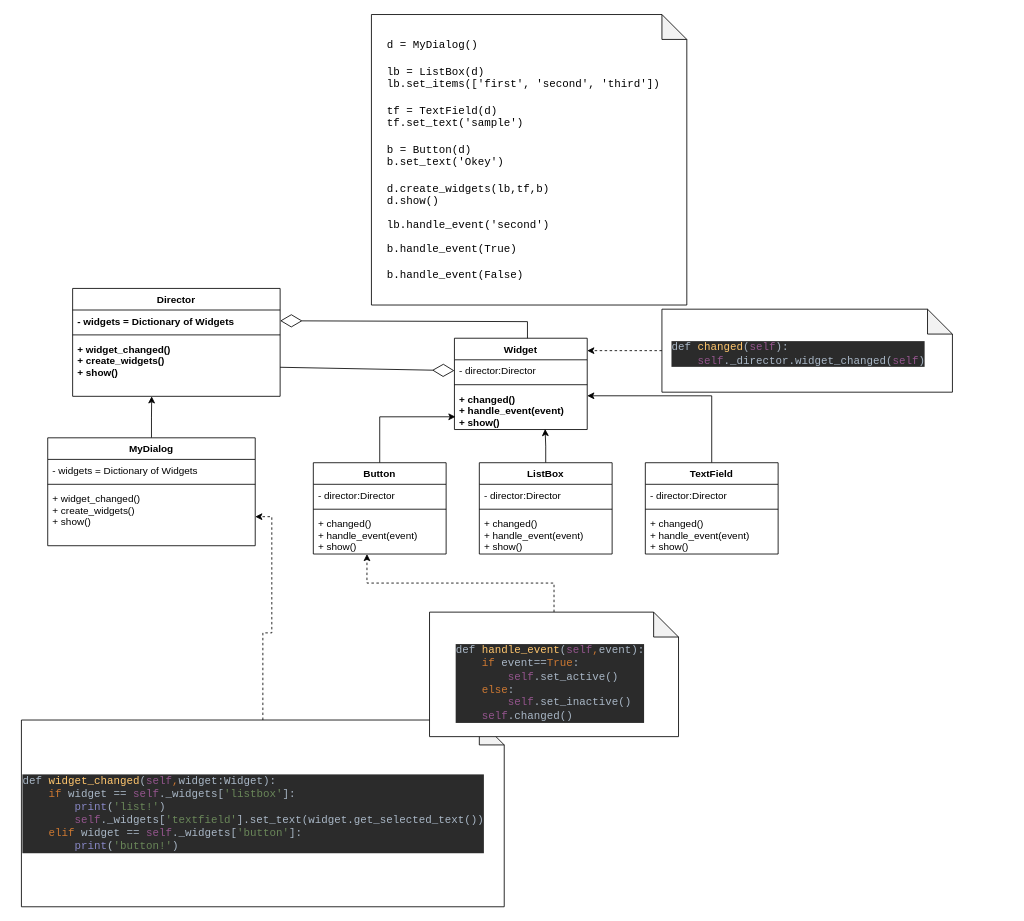
Before: img/mediator.drawio in ElenaShargina/patterns, a draw.io diagram. Source tidied: cells renumbered, new cells numbered last; positions are measured from the earlier drawing's top-left corner, leaving out a move shared by most shapes. Both pictures are drawn from the tidied source at 83%, with x=0, y=0 at pixel (14, 14).
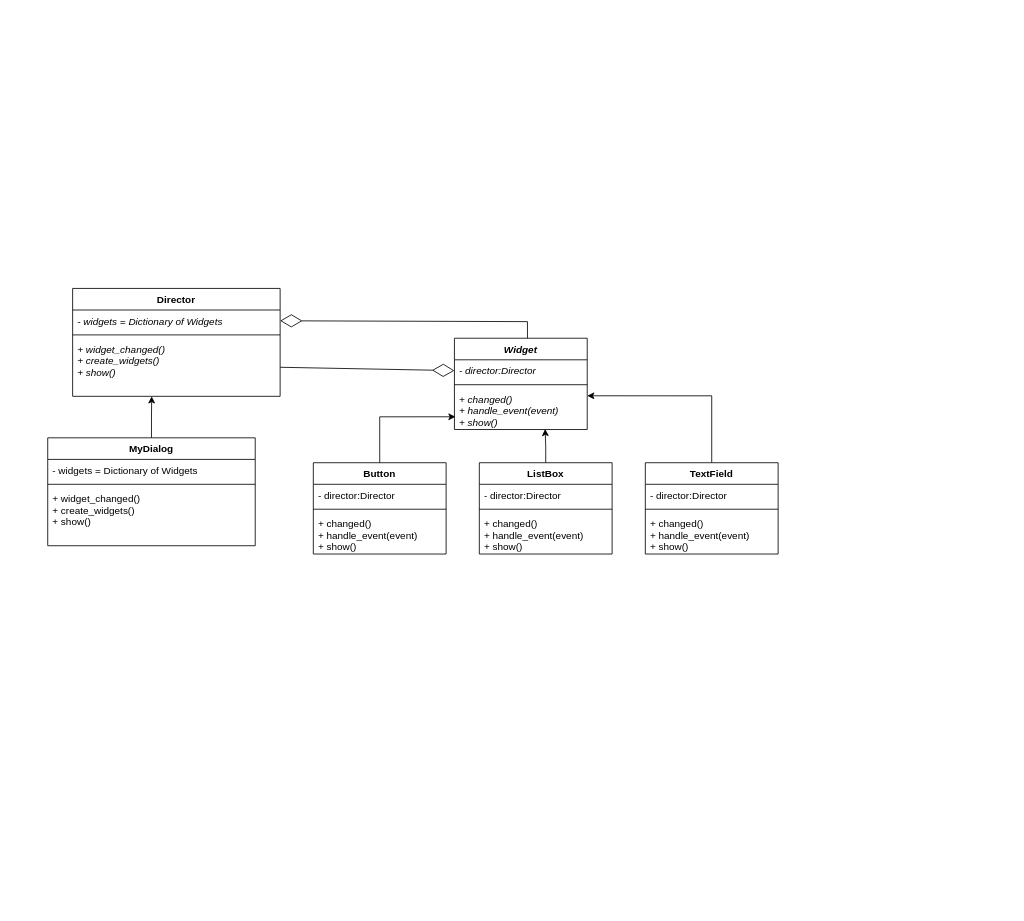
After the change.

The change refers to these unchanged cells:
```xml
<mxCell id="10" value="+ changed()&#10;+ handle_event(event)&#10;+ show()" style="text;strokeColor=none;fillColor=none;align=left;verticalAlign=top;spacingLeft=4;spacingRight=4;overflow=hidden;points=[[0,0.5],[1,0.5]];portConstraint=eastwest;" parent="7" vertex="1">
  <mxGeometry y="60" width="160" height="50" as="geometry" />
</mxCell>
<mxCell id="21" value="Director" style="swimlane;fontStyle=1;align=center;verticalAlign=top;horizontal=1;startSize=26;" parent="1" vertex="1">
  <mxGeometry x="70" y="330" width="250" height="130" as="geometry" />
</mxCell>
<mxCell id="29" value="+ widget_changed()&#10;+ create_widgets()&#10;+ show()&#10;" style="text;strokeColor=none;fillColor=none;align=left;verticalAlign=top;spacingLeft=4;spacingRight=4;overflow=hidden;points=[[0,0.5],[1,0.5]];portConstraint=eastwest;fontStyle=0;" parent="26" vertex="1">
  <mxGeometry y="60" width="250" height="70" as="geometry" />
</mxCell>
```

The edit, as a diff of the source:
```diff
@@
-    <mxCell id="2" value="Widget" style="swimlane;fontStyle=1;align=center;verticalAlign=top;horizontal=1;startSize=26;" parent="1" vertex="1">
+    <mxCell id="2" value="Widget" style="swimlane;fontStyle=3;align=center;verticalAlign=top;horizontal=1;startSize=26;" parent="1" vertex="1">
       <mxGeometry x="530" y="390" width="160" height="110" as="geometry" />
     </mxCell>
-    <mxCell id="3" value="- director:Director" style="text;strokeColor=none;fillColor=none;align=left;verticalAlign=top;spacingLeft=4;spacingRight=4;overflow=hidden;points=[[0,0.5],[1,0.5]];portConstraint=eastwest;" parent="2" vertex="1">
+    <mxCell id="3" value="- director:Director" style="text;strokeColor=none;fillColor=none;align=left;verticalAlign=top;spacingLeft=4;spacingRight=4;overflow=hidden;points=[[0,0.5],[1,0.5]];portConstraint=eastwest;fontStyle=2;" parent="2" vertex="1">
       <mxGeometry y="26" width="160" height="26" as="geometry" />
     </mxCell>
@@
-    <mxCell id="5" value="+ changed()&#10;+ handle_event(event)&#10;+ show()" style="text;strokeColor=none;fillColor=none;align=left;verticalAlign=top;spacingLeft=4;spacingRight=4;overflow=hidden;points=[[0,0.5],[1,0.5]];portConstraint=eastwest;fontStyle=1;" parent="2" vertex="1">
+    <mxCell id="5" value="+ changed()&#10;+ handle_event(event)&#10;+ show()" style="text;strokeColor=none;fillColor=none;align=left;verticalAlign=top;spacingLeft=4;spacingRight=4;overflow=hidden;points=[[0,0.5],[1,0.5]];portConstraint=eastwest;fontStyle=2;" parent="2" vertex="1">
       <mxGeometry y="60" width="160" height="50" as="geometry" />
     </mxCell>
@@
-    <mxCell id="22" value="- widgets = Dictionary of Widgets" style="text;strokeColor=none;fillColor=none;align=left;verticalAlign=top;spacingLeft=4;spacingRight=4;overflow=hidden;points=[[0,0.5],[1,0.5]];portConstraint=eastwest;fontStyle=1;" parent="21" vertex="1">
+    <mxCell id="22" value="- widgets = Dictionary of Widgets" style="text;strokeColor=none;fillColor=none;align=left;verticalAlign=top;spacingLeft=4;spacingRight=4;overflow=hidden;points=[[0,0.5],[1,0.5]];portConstraint=eastwest;fontStyle=2;" parent="21" vertex="1">
       <mxGeometry y="26" width="250" height="26" as="geometry" />
     </mxCell>
@@
-    <mxCell id="24" value="+ widget_changed()&#10;+ create_widgets()&#10;+ show()&#10;" style="text;strokeColor=none;fillColor=none;align=left;verticalAlign=top;spacingLeft=4;spacingRight=4;overflow=hidden;points=[[0,0.5],[1,0.5]];portConstraint=eastwest;fontStyle=1;" parent="21" vertex="1">
+    <mxCell id="24" value="+ widget_changed()&#10;+ create_widgets()&#10;+ show()&#10;" style="text;strokeColor=none;fillColor=none;align=left;verticalAlign=top;spacingLeft=4;spacingRight=4;overflow=hidden;points=[[0,0.5],[1,0.5]];portConstraint=eastwest;fontStyle=2;" parent="21" vertex="1">
       <mxGeometry y="60" width="250" height="70" as="geometry" />
     </mxCell>
@@
-    <mxCell id="30" style="group;labelBackgroundColor=#FFFFFF;" parent="1" vertex="1">
-      <mxGeometry x="430" y="70" width="380" height="280" as="geometry" />
-    </mxCell>
-    <mxCell id="31" style="shape=note;whiteSpace=wrap;html=1;backgroundOutline=1;darkOpacity=0.05;" parent="30" vertex="1">
-      <mxGeometry y="-70" width="380" height="350" as="geometry" />
-    </mxCell>
-    <mxCell id="32" value="&lt;pre style=&quot;font-family: &amp;quot;JetBrains Mono&amp;quot;, monospace; font-size: 9.8pt;&quot;&gt;&lt;font color=&quot;#000000&quot;&gt;d = MyDialog()&lt;br&gt;&lt;br&gt;lb = ListBox(d)&lt;br&gt;lb.set_items(['first', 'second', 'third'])&lt;br&gt;&lt;br&gt;tf = TextField(d)&lt;br&gt;tf.set_text('sample')&lt;br&gt;&lt;br&gt;b = Button(d)&lt;br&gt;b.set_text('Okey')&lt;br&gt;&lt;br&gt;d.create_widgets(lb,tf,b)&lt;br&gt;d.show()&lt;/font&gt;&lt;/pre&gt;&lt;pre style=&quot;font-family: &amp;quot;JetBrains Mono&amp;quot;, monospace; font-size: 9.8pt;&quot;&gt;&lt;font color=&quot;#000000&quot;&gt;lb.handle_event(&lt;span style=&quot;font-size: 9.8pt; white-space: normal;&quot;&gt;'second'&lt;/span&gt;&lt;span style=&quot;font-size: 9.8pt; white-space: normal;&quot;&gt;)&lt;/span&gt;&lt;/font&gt;&lt;/pre&gt;&lt;pre style=&quot;font-family: &amp;quot;JetBrains Mono&amp;quot;, monospace; font-size: 9.8pt;&quot;&gt;&lt;pre style=&quot;font-family: &amp;quot;JetBrains Mono&amp;quot;, monospace; font-size: 9.8pt;&quot;&gt;&lt;font color=&quot;#000000&quot;&gt;b.handle_event(True)&lt;br&gt;&lt;br&gt;b.handle_event(False)&lt;/font&gt;&lt;/pre&gt;&lt;/pre&gt;" style="text;html=1;strokeColor=none;fillColor=none;align=left;verticalAlign=middle;whiteSpace=wrap;rounded=0;fontColor=#fdfcfc;" parent="30" vertex="1">
-      <mxGeometry x="16.5" y="23" width="343.5" height="165.6" as="geometry" />
-    </mxCell>
@@
-    <mxCell id="35" style="edgeStyle=orthogonalEdgeStyle;rounded=0;jettySize=auto;html=1;entryX=0.404;entryY=1;entryDx=0;entryDy=0;entryPerimeter=0;fontColor=#000000;dashed=1;" parent="1" edge="1" source="40" target="10">
-      <mxGeometry relative="1" as="geometry" />
-    </mxCell>
-    <mxCell id="36" style="group;labelBackgroundColor=none;fontColor=#000000;" parent="1" vertex="1">
-      <mxGeometry y="725" width="590" height="350" as="geometry" />
-    </mxCell>
-    <mxCell id="37" style="shape=note;whiteSpace=wrap;html=1;backgroundOutline=1;darkOpacity=0.05;labelBackgroundColor=none;fontColor=#000000;" parent="36" vertex="1">
-      <mxGeometry x="8.3" y="125" width="581.7" height="225" as="geometry" />
-    </mxCell>
-    <mxCell id="38" value="&lt;pre style=&quot;background-color:#2b2b2b;color:#a9b7c6;font-family:'JetBrains Mono',monospace;font-size:9.8pt;&quot;&gt;def &lt;span style=&quot;color:#ffc66d;&quot;&gt;widget_changed&lt;/span&gt;(&lt;span style=&quot;color:#94558d;&quot;&gt;self&lt;/span&gt;&lt;span style=&quot;color:#cc7832;&quot;&gt;,&lt;/span&gt;widget:Widget):&lt;br&gt;    &lt;span style=&quot;color:#cc7832;&quot;&gt;if &lt;/span&gt;widget == &lt;span style=&quot;color:#94558d;&quot;&gt;self&lt;/span&gt;._widgets[&lt;span style=&quot;color:#6a8759;&quot;&gt;'listbox'&lt;/span&gt;]:&lt;br&gt;        &lt;span style=&quot;color:#8888c6;&quot;&gt;print&lt;/span&gt;(&lt;span style=&quot;color:#6a8759;&quot;&gt;'list!'&lt;/span&gt;)&lt;br&gt;        &lt;span style=&quot;color:#94558d;&quot;&gt;self&lt;/span&gt;._widgets[&lt;span style=&quot;color:#6a8759;&quot;&gt;'textfield'&lt;/span&gt;].set_text(widget.get_selected_text())&lt;br&gt;    &lt;span style=&quot;color:#cc7832;&quot;&gt;elif &lt;/span&gt;widget == &lt;span style=&quot;color:#94558d;&quot;&gt;self&lt;/span&gt;._widgets[&lt;span style=&quot;color:#6a8759;&quot;&gt;'button'&lt;/span&gt;]:&lt;br&gt;        &lt;span style=&quot;color:#8888c6;&quot;&gt;print&lt;/span&gt;(&lt;span style=&quot;color:#6a8759;&quot;&gt;'button!'&lt;/span&gt;)&lt;/pre&gt;" style="text;html=1;strokeColor=none;fillColor=none;align=left;verticalAlign=middle;whiteSpace=wrap;rounded=0;fontColor=#000000;" parent="36" vertex="1">
-      <mxGeometry x="8.3" y="138.8" width="363.5" height="197.5" as="geometry" />
-    </mxCell>
-    <mxCell id="39" style="group;" parent="1" vertex="1">
-      <mxGeometry x="500" y="720" width="300" height="150" as="geometry" />
-    </mxCell>
-    <mxCell id="40" style="shape=note;whiteSpace=wrap;html=1;backgroundOutline=1;darkOpacity=0.05;labelBackgroundColor=none;fontColor=#000000;" parent="39" vertex="1">
-      <mxGeometry width="300" height="150" as="geometry" />
-    </mxCell>
-    <mxCell id="41" value="&lt;pre style=&quot;background-color:#2b2b2b;color:#a9b7c6;font-family:'JetBrains Mono',monospace;font-size:9.8pt;&quot;&gt;def &lt;span style=&quot;color:#ffc66d;&quot;&gt;handle_event&lt;/span&gt;(&lt;span style=&quot;color:#94558d;&quot;&gt;self&lt;/span&gt;&lt;span style=&quot;color:#cc7832;&quot;&gt;,&lt;/span&gt;event):&lt;br&gt;    &lt;span style=&quot;color:#cc7832;&quot;&gt;if &lt;/span&gt;event==&lt;span style=&quot;color:#cc7832;&quot;&gt;True&lt;/span&gt;:&lt;br&gt;        &lt;span style=&quot;color:#94558d;&quot;&gt;self&lt;/span&gt;.set_active()&lt;br&gt;    &lt;span style=&quot;color:#cc7832;&quot;&gt;else&lt;/span&gt;:&lt;br&gt;        &lt;span style=&quot;color:#94558d;&quot;&gt;self&lt;/span&gt;.set_inactive()&lt;br&gt;    &lt;span style=&quot;color:#94558d;&quot;&gt;self&lt;/span&gt;.changed()&lt;/pre&gt;" style="text;html=1;strokeColor=none;fillColor=none;align=left;verticalAlign=middle;whiteSpace=wrap;rounded=0;fontColor=#000000;" parent="39" vertex="1">
-      <mxGeometry x="30" y="50" width="180" height="72" as="geometry" />
-    </mxCell>
-    <mxCell id="42" style="edgeStyle=orthogonalEdgeStyle;rounded=0;jettySize=auto;html=1;dashed=1;fontColor=#000000;" parent="1" edge="1" source="37" target="29">
-      <mxGeometry relative="1" as="geometry" />
-    </mxCell>
-    <mxCell id="43" style="group;" parent="1" vertex="1">
-      <mxGeometry x="850" y="345" width="350" height="100" as="geometry" />
-    </mxCell>
-    <mxCell id="44" style="shape=note;whiteSpace=wrap;html=1;backgroundOutline=1;darkOpacity=0.05;" parent="43" vertex="1">
-      <mxGeometry x="-70" y="10" width="350" height="100" as="geometry" />
-    </mxCell>
-    <mxCell id="45" value="&lt;pre style=&quot;background-color:#2b2b2b;color:#a9b7c6;font-family:'JetBrains Mono',monospace;font-size:9.8pt;&quot;&gt;def &lt;span style=&quot;color:#ffc66d;&quot;&gt;changed&lt;/span&gt;(&lt;span style=&quot;color:#94558d;&quot;&gt;self&lt;/span&gt;):&lt;br&gt;    &lt;span style=&quot;color:#94558d;&quot;&gt;self&lt;/span&gt;._director.widget_changed(&lt;span style=&quot;color:#94558d;&quot;&gt;self&lt;/span&gt;)&lt;/pre&gt;" style="text;html=1;strokeColor=none;fillColor=none;align=left;verticalAlign=middle;whiteSpace=wrap;rounded=0;" parent="43" vertex="1">
-      <mxGeometry x="-60" y="28" width="180" height="72" as="geometry" />
-    </mxCell>
-    <mxCell id="46" style="edgeStyle=orthogonalEdgeStyle;rounded=0;jettySize=auto;html=1;entryX=1;entryY=0.136;entryDx=0;entryDy=0;entryPerimeter=0;dashed=1;" parent="1" edge="1" source="44" target="2">
-      <mxGeometry relative="1" as="geometry" />
-    </mxCell>
```
